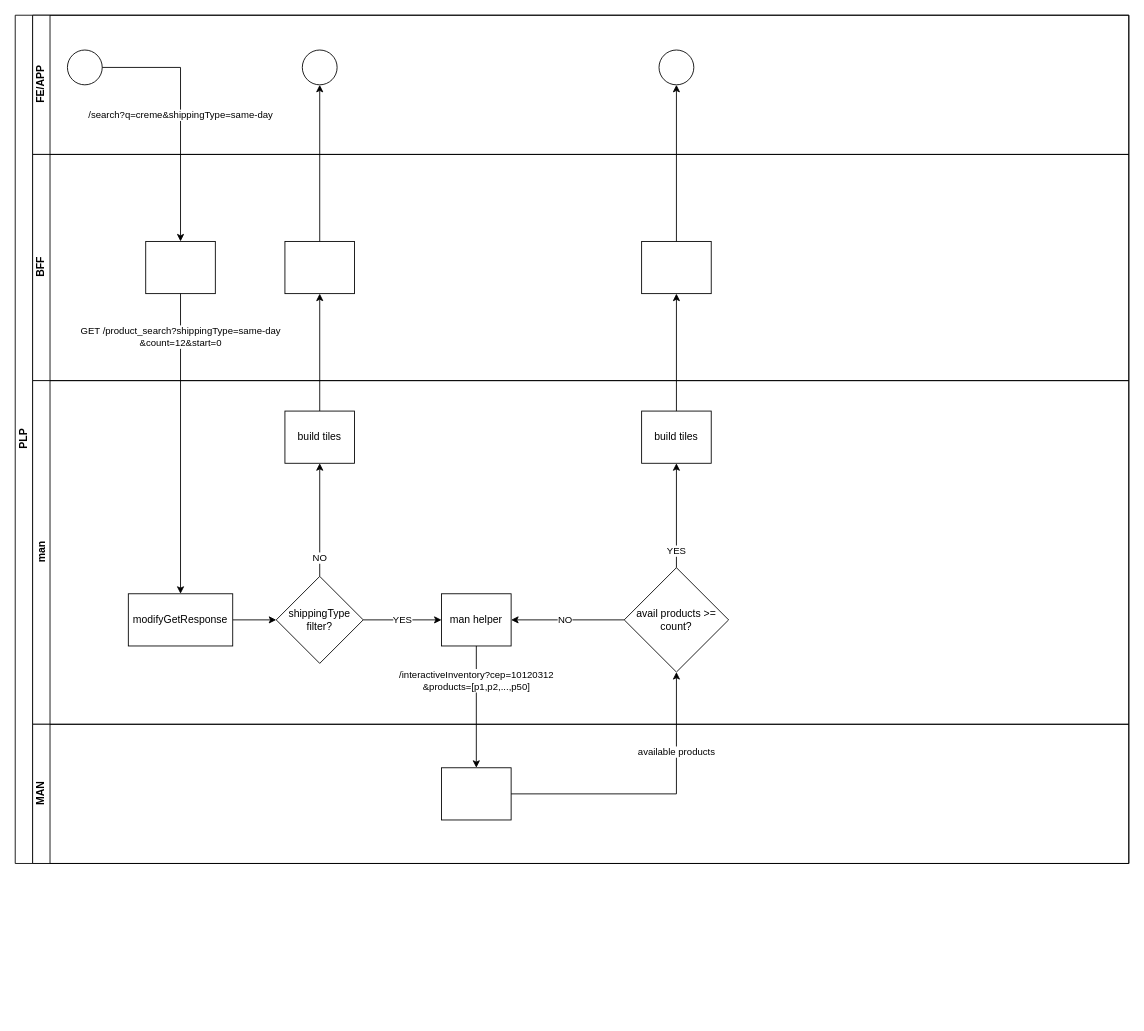
Above: manh.drawio in pettll/diagrams (draw.io), before the change. Source tidied: cells renumbered, new cells numbered last; positions are measured from the earlier drawing's top-left corner, leaving out a move shared by most shapes. Both pictures are drawn from the tidied source at 87%, with x=0, y=0 at pixel (15, 15).
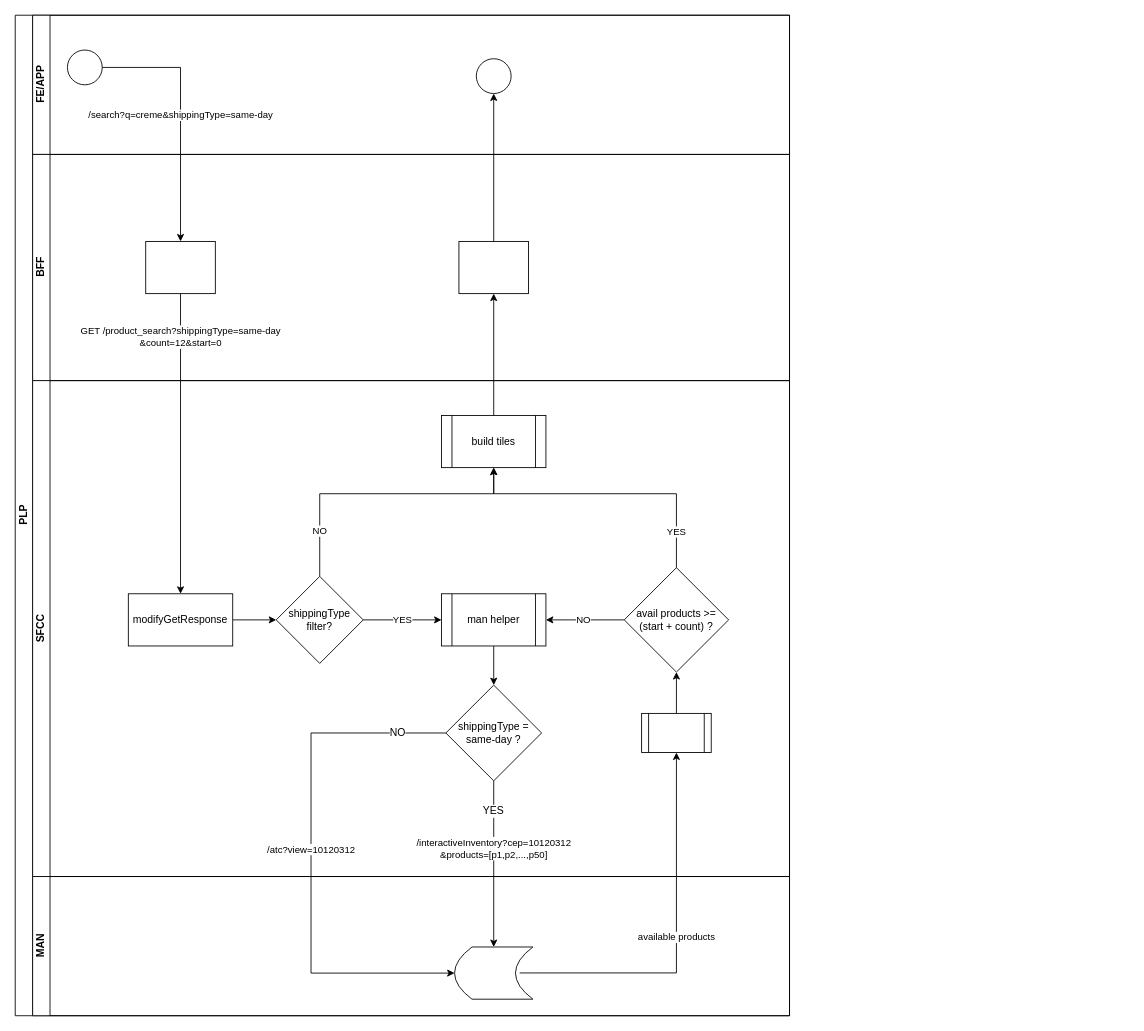
The same diagram, later.

Unchanged cells that the change refers to:
```xml
<mxCell id="18" value="shippingType filter?" style="rhombus;whiteSpace=wrap;html=1;fontFamily=Helvetica;fontSize=12;fontColor=#000000;align=center;" parent="10" vertex="1">
  <mxGeometry x="280" y="225" width="100" height="100" as="geometry" />
</mxCell>
```

Diff of the diagram source:
```diff
@@
     <mxCell id="2" value="PLP" style="swimlane;html=1;horizontal=0;startSize=20;" parent="1" vertex="1">
-      <mxGeometry width="1280" height="975" as="geometry" />
+      <mxGeometry width="890" height="1150" as="geometry" />
     </mxCell>
+    <mxCell id="30" value="/interactiveInventory?cep=10120312&lt;div&gt;&amp;amp;products=[p1,p2,...,p50]&lt;/div&gt;" style="edgeStyle=orthogonalEdgeStyle;rounded=0;jettySize=auto;html=1;endArrow=classic;endFill=1;entryX=0.5;entryY=0;entryDx=0;entryDy=0;exitX=0.5;exitY=1;exitDx=0;exitDy=0;" parent="2" edge="1" source="34" target="41">
+      <mxGeometry x="-0.18" relative="1" as="geometry" />
+    </mxCell>
+    <mxCell id="33" value="/atc?view=10120312" style="edgeStyle=orthogonalEdgeStyle;rounded=0;jettySize=auto;html=1;entryX=0;entryY=0.5;entryDx=0;entryDy=0;exitX=0;exitY=0.5;exitDx=0;exitDy=0;" parent="2" edge="1" source="34" target="41">
+      <mxGeometry x="-0.03" relative="1" as="geometry">
+        <Array as="points">
+          <mxPoint x="340" y="825" />
+          <mxPoint x="340" y="1101" />
+        </Array>
+      </mxGeometry>
+    </mxCell>
     <mxCell id="3" value="FE/APP" style="swimlane;html=1;startSize=20;horizontal=0;" parent="2" vertex="1">
-      <mxGeometry x="20" width="1260" height="160" as="geometry" />
+      <mxGeometry x="20" width="870" height="160" as="geometry" />
     </mxCell>
@@
     <mxCell id="5" style="ellipse;whiteSpace=wrap;html=1;" parent="3" vertex="1">
-      <mxGeometry x="310" y="40" width="40" height="40" as="geometry" />
+      <mxGeometry x="510" y="50" width="40" height="40" as="geometry" />
     </mxCell>
     <mxCell id="6" value="BFF" style="swimlane;html=1;startSize=20;horizontal=0;" parent="2" vertex="1">
-      <mxGeometry x="20" y="160" width="1260" height="260" as="geometry" />
+      <mxGeometry x="20" y="160" width="870" height="260" as="geometry" />
     </mxCell>
-    <mxCell id="7" style="rounded=0;whiteSpace=wrap;html=1;fontFamily=Helvetica;fontSize=12;fontColor=#000000;align=center;" parent="6" vertex="1">
-      <mxGeometry x="700" y="100" width="80" height="60" as="geometry" />
-    </mxCell>
-    <mxCell id="8" style="ellipse;whiteSpace=wrap;html=1;" parent="6" vertex="1">
-      <mxGeometry x="720" y="-120" width="40" height="40" as="geometry" />
-    </mxCell>
-    <mxCell id="9" style="edgeStyle=orthogonalEdgeStyle;rounded=0;jettySize=auto;html=1;endArrow=classic;endFill=1;" parent="6" edge="1" source="7" target="8">
-      <mxGeometry relative="1" as="geometry" />
-    </mxCell>
+    <mxCell id="14" style="rounded=0;whiteSpace=wrap;html=1;fontFamily=Helvetica;fontSize=12;fontColor=#000000;align=center;" parent="6" vertex="1">
+      <mxGeometry x="490" y="100" width="80" height="60" as="geometry" />
+    </mxCell>
-    <mxCell id="10" value="man" style="swimlane;html=1;startSize=20;horizontal=0;" parent="2" vertex="1">
-      <mxGeometry x="20" y="420" width="1260" height="395" as="geometry" />
+    <mxCell id="10" value="SFCC" style="swimlane;html=1;startSize=20;horizontal=0;fillColor=#FFFFFF;whiteSpace=wrap;" parent="2" vertex="1">
+      <mxGeometry x="20" y="420" width="870" height="570" as="geometry" />
     </mxCell>
-    <mxCell id="11" value="YES" style="edgeStyle=orthogonalEdgeStyle;rounded=0;jettySize=auto;html=1;endArrow=classic;endFill=1;" parent="10" edge="1" source="18" target="19">
+    <mxCell id="11" value="YES" style="edgeStyle=orthogonalEdgeStyle;rounded=0;jettySize=auto;html=1;endArrow=classic;endFill=1;entryX=0;entryY=0.5;entryDx=0;entryDy=0;" parent="10" edge="1" source="18" target="19">
       <mxGeometry relative="1" as="geometry" />
     </mxCell>
@@
-    <mxCell id="14" style="rounded=0;whiteSpace=wrap;html=1;fontFamily=Helvetica;fontSize=12;fontColor=#000000;align=center;" parent="10" vertex="1">
-      <mxGeometry x="290" y="-160" width="80" height="60" as="geometry" />
-    </mxCell>
@@
-    <mxCell id="17" value="NO" style="edgeStyle=orthogonalEdgeStyle;rounded=0;jettySize=auto;html=1;endArrow=classic;endFill=1;entryX=0.5;entryY=1;entryDx=0;entryDy=0;" parent="10" edge="1" source="18" target="21">
-      <mxGeometry x="-0.68" relative="1" as="geometry" />
+    <mxCell id="17" value="NO" style="edgeStyle=orthogonalEdgeStyle;rounded=0;jettySize=auto;html=1;endArrow=classic;endFill=1;entryX=0.5;entryY=1;entryDx=0;entryDy=0;" parent="10" edge="1" source="18">
+      <mxGeometry x="-0.68" relative="1" as="geometry">
+        <mxPoint x="530" y="100" as="targetPoint" />
+        <Array as="points">
+          <mxPoint x="330" y="130" />
+          <mxPoint x="530" y="130" />
+        </Array>
+      </mxGeometry>
     </mxCell>
@@
-    <mxCell id="19" value="man helper" style="rounded=0;whiteSpace=wrap;html=1;fontFamily=Helvetica;fontSize=12;fontColor=#000000;align=center;" parent="10" vertex="1">
-      <mxGeometry x="470" y="245" width="80" height="60" as="geometry" />
-    </mxCell>
-    <mxCell id="20" style="edgeStyle=orthogonalEdgeStyle;rounded=0;jettySize=auto;html=1;entryX=0.5;entryY=1;entryDx=0;entryDy=0;" parent="10" edge="1" source="21" target="14">
-      <mxGeometry relative="1" as="geometry" />
-    </mxCell>
-    <mxCell id="21" value="build tiles" style="rounded=0;whiteSpace=wrap;html=1;fontFamily=Helvetica;fontSize=12;fontColor=#000000;align=center;" parent="10" vertex="1">
-      <mxGeometry x="290" y="35" width="80" height="60" as="geometry" />
-    </mxCell>
-    <mxCell id="22" value="avail products &amp;gt;= count?" style="rhombus;whiteSpace=wrap;html=1;fontFamily=Helvetica;fontSize=12;fontColor=#000000;align=center;" parent="10" vertex="1">
+    <mxCell id="22" value="avail products &amp;gt;= (start + count) ?" style="rhombus;whiteSpace=wrap;html=1;fontFamily=Helvetica;fontSize=12;fontColor=#000000;align=center;" parent="10" vertex="1">
       <mxGeometry x="680" y="215" width="120" height="120" as="geometry" />
     </mxCell>
@@
-    <mxCell id="24" value="build tiles" style="rounded=0;whiteSpace=wrap;html=1;fontFamily=Helvetica;fontSize=12;fontColor=#000000;align=center;" parent="10" vertex="1">
-      <mxGeometry x="700" y="35" width="80" height="60" as="geometry" />
-    </mxCell>
-    <mxCell id="25" value="YES" style="edgeStyle=orthogonalEdgeStyle;rounded=0;jettySize=auto;html=1;endArrow=classic;endFill=1;exitX=0.5;exitY=0;exitDx=0;exitDy=0;entryX=0.5;entryY=1;entryDx=0;entryDy=0;" parent="10" edge="1" source="22" target="24">
-      <mxGeometry x="-0.68" relative="1" as="geometry" />
+    <mxCell id="25" value="YES" style="edgeStyle=orthogonalEdgeStyle;rounded=0;jettySize=auto;html=1;endArrow=classic;endFill=1;exitX=0.5;exitY=0;exitDx=0;exitDy=0;entryX=0.5;entryY=1;entryDx=0;entryDy=0;" parent="10" edge="1" source="22">
+      <mxGeometry x="-0.75" relative="1" as="geometry">
+        <mxPoint x="530" y="100" as="targetPoint" />
+        <Array as="points">
+          <mxPoint x="740" y="130" />
+          <mxPoint x="530" y="130" />
+        </Array>
+      </mxGeometry>
     </mxCell>
+    <mxCell id="34" value="shippingType = same-day ?" style="rhombus;whiteSpace=wrap;html=1;" parent="10" vertex="1">
+      <mxGeometry x="475" y="350" width="110" height="110" as="geometry" />
+    </mxCell>
+    <mxCell id="35" value="YES" style="text;html=1;align=center;verticalAlign=middle;whiteSpace=wrap;rounded=0;labelBackgroundColor=#ffffff;labelBorderColor=none;" parent="10" vertex="1">
+      <mxGeometry x="500" y="480" width="60" height="30" as="geometry" />
+    </mxCell>
+    <mxCell id="36" value="NO" style="text;html=1;align=center;verticalAlign=middle;whiteSpace=wrap;rounded=0;labelBackgroundColor=#ffffff;labelBorderColor=none;" parent="10" vertex="1">
+      <mxGeometry x="390" y="390" width="60" height="30" as="geometry" />
+    </mxCell>
+    <mxCell id="37" style="edgeStyle=orthogonalEdgeStyle;rounded=0;jettySize=auto;html=1;entryX=0.5;entryY=1;entryDx=0;entryDy=0;" parent="10" edge="1" source="38" target="22">
+      <mxGeometry relative="1" as="geometry" />
+    </mxCell>
+    <mxCell id="38" style="shape=process;whiteSpace=wrap;html=1;backgroundOutline=1;" parent="10" vertex="1">
+      <mxGeometry x="700" y="382.5" width="80" height="45" as="geometry" />
+    </mxCell>
+    <mxCell id="39" style="edgeStyle=orthogonalEdgeStyle;rounded=0;jettySize=auto;html=1;entryX=0.5;entryY=0;entryDx=0;entryDy=0;" parent="10" edge="1" source="19" target="34">
+      <mxGeometry relative="1" as="geometry" />
+    </mxCell>
+    <mxCell id="19" value="man helper" style="shape=process;whiteSpace=wrap;html=1;backgroundOutline=1;" parent="10" vertex="1">
+      <mxGeometry x="470" y="245" width="120" height="60" as="geometry" />
+    </mxCell>
+    <mxCell id="40" value="build tiles" style="shape=process;whiteSpace=wrap;html=1;backgroundOutline=1;" parent="10" vertex="1">
+      <mxGeometry x="470" y="40" width="120" height="60" as="geometry" />
+    </mxCell>
     <mxCell id="26" value="MAN" style="swimlane;html=1;startSize=20;horizontal=0;" parent="2" vertex="1">
-      <mxGeometry x="20" y="815" width="1260" height="160" as="geometry" />
+      <mxGeometry x="20" y="990" width="870" height="160" as="geometry" />
     </mxCell>
-    <mxCell id="27" style="rounded=0;whiteSpace=wrap;html=1;fontFamily=Helvetica;fontSize=12;fontColor=#000000;align=center;" parent="26" vertex="1">
-      <mxGeometry x="470" y="50" width="80" height="60" as="geometry" />
-    </mxCell>
+    <mxCell id="41" style="shape=dataStorage;whiteSpace=wrap;html=1;fixedSize=1;" parent="26" vertex="1">
+      <mxGeometry x="485" y="81" width="90" height="60" as="geometry" />
+    </mxCell>
@@
-    <mxCell id="30" value="/interactiveInventory?cep=10120312&lt;div&gt;&amp;amp;products=[p1,p2,...,p50]&lt;/div&gt;" style="edgeStyle=orthogonalEdgeStyle;rounded=0;jettySize=auto;html=1;endArrow=classic;endFill=1;entryX=0.5;entryY=0;entryDx=0;entryDy=0;" parent="2" edge="1" source="19" target="27">
-      <mxGeometry x="-0.43" relative="1" as="geometry" />
-    </mxCell>
-    <mxCell id="31" value="available products" style="edgeStyle=orthogonalEdgeStyle;rounded=0;jettySize=auto;html=1;entryX=0.5;entryY=1;entryDx=0;entryDy=0;" parent="2" edge="1" source="27" target="22">
-      <mxGeometry x="0.44" relative="1" as="geometry" />
+    <mxCell id="31" value="available products" style="edgeStyle=orthogonalEdgeStyle;rounded=0;jettySize=auto;html=1;exitX=0.831;exitY=0.497;exitDx=0;exitDy=0;exitPerimeter=0;entryX=0.5;entryY=1;entryDx=0;entryDy=0;" parent="2" edge="1" source="41" target="38">
+      <mxGeometry x="0.02" relative="1" as="geometry" />
     </mxCell>
-    <mxCell id="32" style="edgeStyle=orthogonalEdgeStyle;rounded=0;jettySize=auto;html=1;entryX=0.5;entryY=1;entryDx=0;entryDy=0;" parent="2" edge="1" source="24" target="7">
-      <mxGeometry relative="1" as="geometry" />
-    </mxCell>
+    <mxCell id="20" style="edgeStyle=orthogonalEdgeStyle;rounded=0;jettySize=auto;html=1;entryX=0.5;entryY=1;entryDx=0;entryDy=0;exitX=0.5;exitY=0;exitDx=0;exitDy=0;" parent="2" edge="1" source="40" target="14">
+      <mxGeometry relative="1" as="geometry" />
+    </mxCell>
```
